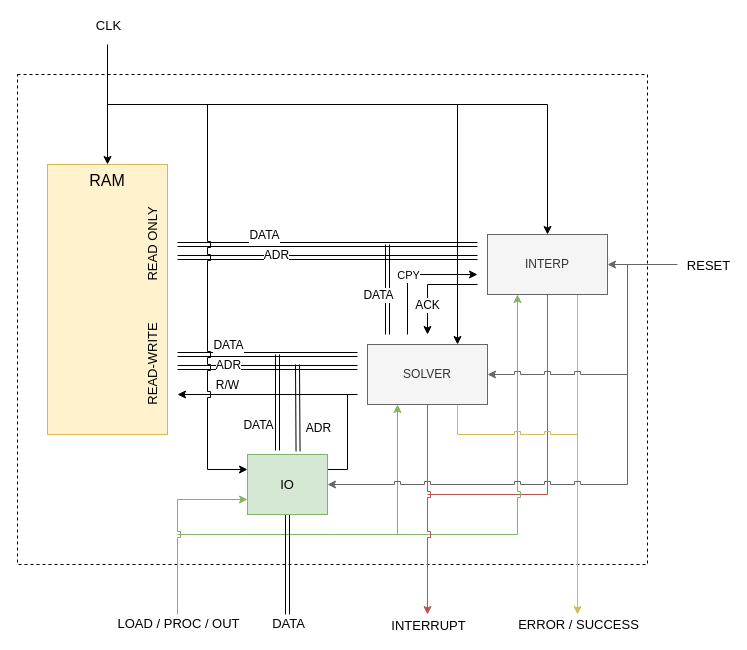
Before: d0.drawio in mido3ds/ode-solver-chip, a draw.io diagram. Source tidied: cells renumbered, new cells numbered last; positions are measured from the earlier drawing's top-left corner, leaving out a move shared by most shapes. Both pictures are drawn from the tidied source at 100%, with x=0, y=0 at pixel (17, 44).
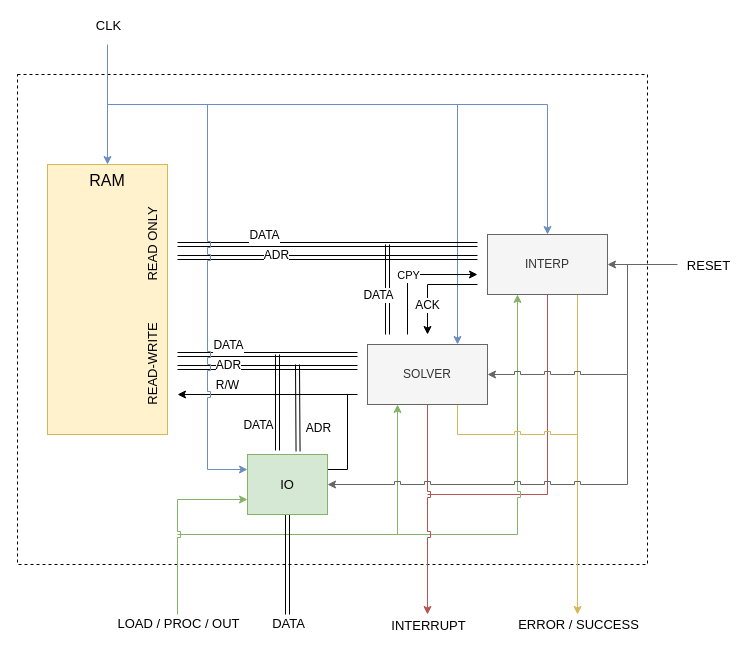
Above is the later version.

Commit message:
color clk

The change refers to these unchanged cells:
```xml
<mxCell id="5" value="RAM" style="rounded=0;whiteSpace=wrap;html=1;verticalAlign=top;fontSize=16;fillColor=#fff2cc;strokeColor=#d6b656;" parent="1" vertex="1">
  <mxGeometry x="30" y="120" width="120" height="270" as="geometry" />
</mxCell>
<mxCell id="13" value="INTERP" style="rounded=0;whiteSpace=wrap;html=1;fillColor=#f5f5f5;strokeColor=#666666;fontColor=#333333;" parent="1" vertex="1">
  <mxGeometry x="470" y="190" width="120" height="60" as="geometry" />
</mxCell>
<mxCell id="20" value="SOLVER" style="rounded=0;whiteSpace=wrap;html=1;fillColor=#f5f5f5;strokeColor=#666666;fontColor=#333333;" parent="1" vertex="1">
  <mxGeometry x="350" y="300" width="120" height="60" as="geometry" />
</mxCell>
<mxCell id="44" value="IO" style="rounded=0;whiteSpace=wrap;html=1;fontSize=13;fillColor=#d5e8d4;strokeColor=#82b366;" parent="1" vertex="1">
  <mxGeometry x="230" y="410" width="80" height="60" as="geometry" />
</mxCell>
```

What changed in the source:
```diff
@@
-    <mxCell id="3" style="edgeStyle=none;rounded=0;jumpStyle=sharp;jettySize=auto;html=1;exitX=0.5;exitY=0;exitDx=0;exitDy=0;shadow=0;startArrow=classic;startFill=1;endArrow=none;endFill=0;strokeColor=#000000;fontSize=13;" parent="1" edge="1" source="5">
+    <mxCell id="3" style="edgeStyle=none;rounded=0;jumpStyle=sharp;jettySize=auto;html=1;exitX=0.5;exitY=0;exitDx=0;exitDy=0;shadow=0;startArrow=classic;startFill=1;endArrow=none;endFill=0;strokeColor=#6c8ebf;fontSize=13;fillColor=#dae8fc;" parent="1" edge="1" source="5">
       <mxGeometry relative="1" as="geometry">
         <mxPoint x="90" as="targetPoint" />
       </mxGeometry>
     </mxCell>
@@
-    <mxCell id="12" style="edgeStyle=none;rounded=0;jumpStyle=sharp;jettySize=auto;html=1;exitX=0.5;exitY=0;exitDx=0;exitDy=0;shadow=0;startArrow=classic;startFill=1;endArrow=none;endFill=0;strokeColor=#000000;fontSize=13;" parent="1" edge="1" source="13">
+    <mxCell id="12" style="edgeStyle=none;rounded=0;jumpStyle=sharp;jettySize=auto;html=1;exitX=0.5;exitY=0;exitDx=0;exitDy=0;shadow=0;startArrow=classic;startFill=1;endArrow=none;endFill=0;strokeColor=#6c8ebf;fontSize=13;fillColor=#dae8fc;" parent="1" edge="1" source="13">
       <mxGeometry relative="1" as="geometry">
         <mxPoint x="90" y="60" as="targetPoint" />
         <Array as="points">
           <mxPoint x="530" y="60" />
         </Array>
       </mxGeometry>
     </mxCell>
@@
-    <mxCell id="19" style="edgeStyle=none;rounded=0;jumpStyle=sharp;jettySize=auto;html=1;exitX=0.75;exitY=0;exitDx=0;exitDy=0;shadow=0;startArrow=classic;startFill=1;endArrow=none;endFill=0;strokeColor=#000000;fontSize=13;" parent="1" edge="1" source="20">
+    <mxCell id="19" style="edgeStyle=none;rounded=0;jumpStyle=sharp;jettySize=auto;html=1;exitX=0.75;exitY=0;exitDx=0;exitDy=0;shadow=0;startArrow=classic;startFill=1;endArrow=none;endFill=0;strokeColor=#6c8ebf;fontSize=13;fillColor=#dae8fc;" parent="1" edge="1" source="20">
       <mxGeometry relative="1" as="geometry">
         <mxPoint x="440" y="60" as="targetPoint" />
       </mxGeometry>
     </mxCell>
@@
-    <mxCell id="43" style="edgeStyle=none;rounded=0;jumpStyle=sharp;jettySize=auto;html=1;exitX=0;exitY=0.25;exitDx=0;exitDy=0;shadow=0;startArrow=classic;startFill=1;endArrow=none;endFill=0;strokeColor=#000000;fontSize=13;" parent="1" edge="1" source="44">
+    <mxCell id="43" style="edgeStyle=none;rounded=0;jumpStyle=sharp;jettySize=auto;html=1;exitX=0;exitY=0.25;exitDx=0;exitDy=0;shadow=0;startArrow=classic;startFill=1;endArrow=none;endFill=0;strokeColor=#6c8ebf;fontSize=13;fillColor=#dae8fc;" parent="1" edge="1" source="44">
       <mxGeometry relative="1" as="geometry">
         <mxPoint x="190" y="60" as="targetPoint" />
         <Array as="points">
           <mxPoint x="190" y="425" />
         </Array>
       </mxGeometry>
     </mxCell>
```
